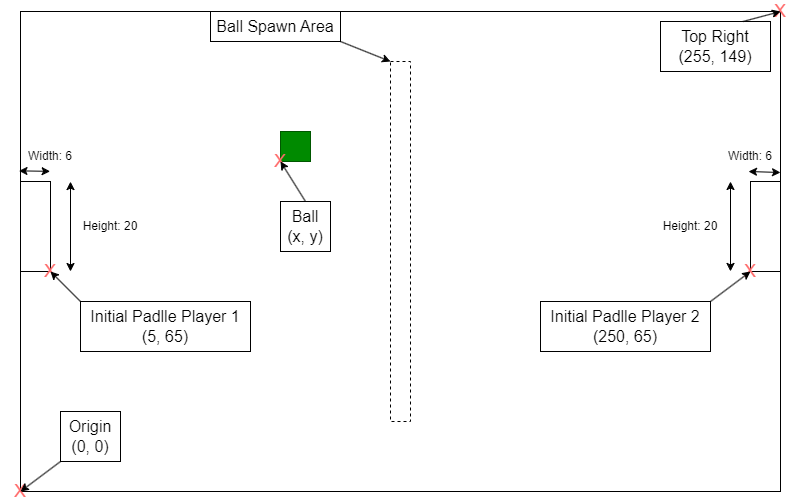
Before: events/can_pong/tutorial/media/pong_field.png, a diagram exported from draw.io (VectorInformatik/clickboard-examples). Source tidied: cells renumbered, new cells last; positions are measured from the earlier drawing's top-left corner, leaving out a move shared by most shapes. Its diagram source:
```xml
<mxGraphModel>
  <root>
    <mxCell id="0" />
    <mxCell id="1" parent="0" />
    <mxCell id="2" style="rounded=0;whiteSpace=wrap;html=1;" parent="1" vertex="1">
      <mxGeometry x="20" y="10" width="760" height="480" as="geometry" />
    </mxCell>
    <mxCell id="3" style="rounded=0;whiteSpace=wrap;html=1;" parent="1" vertex="1">
      <mxGeometry x="20" y="180" width="30" height="90" as="geometry" />
    </mxCell>
    <mxCell id="4" style="rounded=0;whiteSpace=wrap;html=1;" parent="1" vertex="1">
      <mxGeometry x="750" y="180" width="30" height="90" as="geometry" />
    </mxCell>
    <mxCell id="5" value="&lt;font style=&quot;font-size: 16px;&quot;&gt;Origin (0, 0)&lt;/font&gt;" style="text;html=1;strokeColor=default;fillColor=none;align=center;verticalAlign=middle;whiteSpace=wrap;rounded=0;" parent="1" vertex="1">
      <mxGeometry x="60" y="410" width="60" height="50" as="geometry" />
    </mxCell>
    <mxCell id="6" value="&lt;font style=&quot;font-size: 16px;&quot;&gt;Initial Padlle Player 1&lt;br&gt;(5, 65)&lt;br&gt;&lt;/font&gt;" style="text;html=1;strokeColor=default;fillColor=none;align=center;verticalAlign=middle;whiteSpace=wrap;rounded=0;" parent="1" vertex="1">
      <mxGeometry x="80" y="300" width="170" height="50" as="geometry" />
    </mxCell>
    <mxCell id="7" value="&lt;font style=&quot;font-size: 16px;&quot;&gt;Initial Padlle Player 2&lt;br&gt;(250, 65)&lt;br&gt;&lt;/font&gt;" style="text;html=1;strokeColor=default;fillColor=none;align=center;verticalAlign=middle;whiteSpace=wrap;rounded=0;" parent="1" vertex="1">
      <mxGeometry x="540" y="300" width="170" height="50" as="geometry" />
    </mxCell>
    <mxCell id="8" value="&lt;font style=&quot;font-size: 16px;&quot;&gt;Top Right&lt;br&gt;(255, 149)&lt;br&gt;&lt;/font&gt;" style="text;html=1;strokeColor=default;fillColor=none;align=center;verticalAlign=middle;whiteSpace=wrap;rounded=0;" parent="1" vertex="1">
      <mxGeometry x="660" y="20" width="110" height="50" as="geometry" />
    </mxCell>
    <mxCell id="9" style="rounded=0;whiteSpace=wrap;html=1;dashed=1;" parent="1" vertex="1">
      <mxGeometry x="390" y="60" width="20" height="360" as="geometry" />
    </mxCell>
    <mxCell id="10" value="&lt;font style=&quot;font-size: 16px;&quot;&gt;Ball Spawn Area&lt;/font&gt;" style="text;html=1;strokeColor=default;fillColor=none;align=center;verticalAlign=middle;whiteSpace=wrap;rounded=0;" parent="1" vertex="1">
      <mxGeometry x="210" y="10" width="130" height="30" as="geometry" />
    </mxCell>
    <mxCell id="11" style="endArrow=classic;startArrow=classic;html=1;rounded=0;exitX=0.197;exitY=0.604;exitDx=0;exitDy=0;exitPerimeter=0;" parent="1" edge="1">
      <mxGeometry relative="1" as="geometry">
        <mxPoint x="70" y="270" as="sourcePoint" />
        <mxPoint x="70" y="180.1" as="targetPoint" />
      </mxGeometry>
    </mxCell>
    <mxCell id="12" value="Height: 20" style="text;html=1;strokeColor=none;fillColor=none;align=center;verticalAlign=middle;whiteSpace=wrap;rounded=0;" parent="1" vertex="1">
      <mxGeometry x="80" y="210" width="60" height="30" as="geometry" />
    </mxCell>
    <mxCell id="13" style="endArrow=classic;startArrow=classic;html=1;rounded=0;exitX=0.197;exitY=0.604;exitDx=0;exitDy=0;exitPerimeter=0;" parent="1" edge="1">
      <mxGeometry relative="1" as="geometry">
        <mxPoint x="730" y="269.9" as="sourcePoint" />
        <mxPoint x="730" y="180" as="targetPoint" />
      </mxGeometry>
    </mxCell>
    <mxCell id="14" value="Height: 20" style="text;html=1;strokeColor=none;fillColor=none;align=center;verticalAlign=middle;whiteSpace=wrap;rounded=0;" parent="1" vertex="1">
      <mxGeometry x="660" y="210" width="60" height="30" as="geometry" />
    </mxCell>
    <mxCell id="15" value="&lt;font color=&quot;#ff6b6b&quot; style=&quot;font-size: 18px;&quot;&gt;X&lt;/font&gt;" style="text;html=1;strokeColor=none;fillColor=none;align=center;verticalAlign=middle;whiteSpace=wrap;rounded=0;" parent="1" vertex="1">
      <mxGeometry y="480" width="40" height="20" as="geometry" />
    </mxCell>
    <mxCell id="16" value="&lt;font color=&quot;#ff6b6b&quot; style=&quot;font-size: 18px;&quot;&gt;X&lt;/font&gt;" style="text;html=1;strokeColor=none;fillColor=none;align=center;verticalAlign=middle;whiteSpace=wrap;rounded=0;" parent="1" vertex="1">
      <mxGeometry x="30" y="260" width="40" height="20" as="geometry" />
    </mxCell>
    <mxCell id="17" value="&lt;font color=&quot;#ff6b6b&quot; style=&quot;font-size: 18px;&quot;&gt;X&lt;/font&gt;" style="text;html=1;strokeColor=none;fillColor=none;align=center;verticalAlign=middle;whiteSpace=wrap;rounded=0;" parent="1" vertex="1">
      <mxGeometry x="730" y="260" width="40" height="20" as="geometry" />
    </mxCell>
    <mxCell id="18" value="&lt;font color=&quot;#ff6b6b&quot; style=&quot;font-size: 18px;&quot;&gt;X&lt;/font&gt;" style="text;html=1;strokeColor=none;fillColor=none;align=center;verticalAlign=middle;whiteSpace=wrap;rounded=0;" parent="1" vertex="1">
      <mxGeometry x="760" width="40" height="20" as="geometry" />
    </mxCell>
    <mxCell id="19" style="endArrow=classic;html=1;rounded=0;exitX=0.75;exitY=0;exitDx=0;exitDy=0;entryX=1;entryY=0;entryDx=0;entryDy=0;" parent="1" edge="1" source="8" target="2">
      <mxGeometry relative="1" as="geometry" />
    </mxCell>
    <mxCell id="20" style="endArrow=classic;html=1;rounded=0;entryX=1;entryY=0;entryDx=0;entryDy=0;exitX=1;exitY=0;exitDx=0;exitDy=0;" parent="1" edge="1" source="7">
      <mxGeometry relative="1" as="geometry">
        <mxPoint x="750" y="270" as="targetPoint" />
      </mxGeometry>
    </mxCell>
    <mxCell id="21" style="endArrow=classic;html=1;rounded=0;exitX=0;exitY=0;exitDx=0;exitDy=0;entryX=1;entryY=0.5;entryDx=0;entryDy=0;" parent="1" edge="1" source="6">
      <mxGeometry relative="1" as="geometry">
        <mxPoint x="50" y="270" as="targetPoint" />
      </mxGeometry>
    </mxCell>
    <mxCell id="22" style="endArrow=classic;html=1;rounded=0;exitX=0;exitY=1;exitDx=0;exitDy=0;entryX=0;entryY=1;entryDx=0;entryDy=0;" parent="1" edge="1" source="5" target="2">
      <mxGeometry relative="1" as="geometry" />
    </mxCell>
    <mxCell id="23" style="endArrow=classic;html=1;rounded=0;exitX=1;exitY=1;exitDx=0;exitDy=0;entryX=0;entryY=0;entryDx=0;entryDy=0;" parent="1" edge="1" source="10" target="9">
      <mxGeometry relative="1" as="geometry" />
    </mxCell>
    <mxCell id="24" style="endArrow=classic;startArrow=classic;html=1;rounded=0;exitX=-0.002;exitY=0.332;exitDx=0;exitDy=0;exitPerimeter=0;entryX=0.039;entryY=0.333;entryDx=0;entryDy=0;entryPerimeter=0;" parent="1" edge="1" source="2" target="2">
      <mxGeometry relative="1" as="geometry" />
    </mxCell>
    <mxCell id="25" value="Width: 6" style="text;html=1;strokeColor=none;fillColor=none;align=center;verticalAlign=middle;whiteSpace=wrap;rounded=0;" parent="1" vertex="1">
      <mxGeometry x="20" y="140" width="60" height="30" as="geometry" />
    </mxCell>
    <mxCell id="26" value="Width: 6" style="text;html=1;strokeColor=none;fillColor=none;align=center;verticalAlign=middle;whiteSpace=wrap;rounded=0;" parent="1" vertex="1">
      <mxGeometry x="720" y="140" width="60" height="30" as="geometry" />
    </mxCell>
    <mxCell id="27" style="endArrow=classic;startArrow=classic;html=1;rounded=0;exitX=-0.002;exitY=0.332;exitDx=0;exitDy=0;exitPerimeter=0;entryX=0.039;entryY=0.333;entryDx=0;entryDy=0;entryPerimeter=0;" parent="1" edge="1">
      <mxGeometry relative="1" as="geometry">
        <mxPoint x="748" y="170" as="sourcePoint" />
        <mxPoint x="780" y="171" as="targetPoint" />
      </mxGeometry>
    </mxCell>
    <mxCell id="28" style="rounded=0;whiteSpace=wrap;html=1;fillColor=#008a00;strokeColor=#005700;fontColor=#ffffff;" parent="1" vertex="1">
      <mxGeometry x="280" y="130" width="30" height="30" as="geometry" />
    </mxCell>
    <mxCell id="29" value="&lt;font style=&quot;font-size: 16px;&quot;&gt;Ball&lt;br&gt;(x, y)&lt;br&gt;&lt;/font&gt;" style="text;html=1;strokeColor=default;fillColor=none;align=center;verticalAlign=middle;whiteSpace=wrap;rounded=0;" parent="1" vertex="1">
      <mxGeometry x="280" y="200" width="50" height="50" as="geometry" />
    </mxCell>
    <mxCell id="30" value="&lt;font color=&quot;#ff6b6b&quot; style=&quot;font-size: 18px;&quot;&gt;X&lt;/font&gt;" style="text;html=1;strokeColor=none;fillColor=none;align=center;verticalAlign=middle;whiteSpace=wrap;rounded=0;" parent="1" vertex="1">
      <mxGeometry x="260" y="150" width="40" height="20" as="geometry" />
    </mxCell>
    <mxCell id="31" style="endArrow=classic;html=1;rounded=0;exitX=0.5;exitY=0;exitDx=0;exitDy=0;entryX=0.5;entryY=0.5;entryDx=0;entryDy=0;entryPerimeter=0;" parent="1" edge="1" source="29" target="30">
      <mxGeometry relative="1" as="geometry" />
    </mxCell>
  </root>
</mxGraphModel>
```
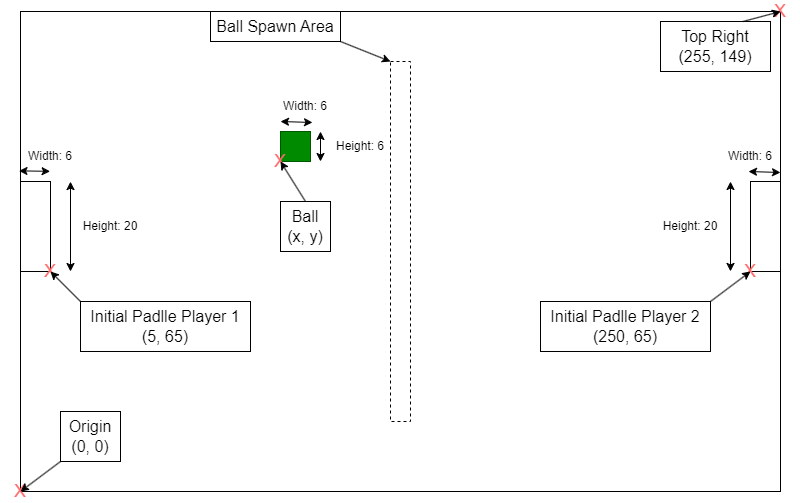
Above is the later version.

What changed in the source:
```diff
@@ -105,5 +105,23 @@
     <mxCell id="31" style="endArrow=classic;html=1;rounded=0;exitX=0.5;exitY=0;exitDx=0;exitDy=0;entryX=0.5;entryY=0.5;entryDx=0;entryDy=0;entryPerimeter=0;" parent="1" edge="1" source="29" target="30">
       <mxGeometry relative="1" as="geometry" />
     </mxCell>
+    <mxCell id="32" value="Width: 6" style="text;html=1;strokeColor=none;fillColor=none;align=center;verticalAlign=middle;whiteSpace=wrap;rounded=0;" parent="1" vertex="1">
+      <mxGeometry x="275" y="90" width="60" height="30" as="geometry" />
+    </mxCell>
+    <mxCell id="33" style="endArrow=classic;startArrow=classic;html=1;rounded=0;exitX=-0.002;exitY=0.332;exitDx=0;exitDy=0;exitPerimeter=0;entryX=0.039;entryY=0.333;entryDx=0;entryDy=0;entryPerimeter=0;" parent="1" edge="1">
+      <mxGeometry relative="1" as="geometry">
+        <mxPoint x="280" y="120" as="sourcePoint" />
+        <mxPoint x="312" y="121" as="targetPoint" />
+      </mxGeometry>
+    </mxCell>
+    <mxCell id="34" style="endArrow=classic;startArrow=classic;html=1;rounded=0;" parent="1" edge="1">
+      <mxGeometry relative="1" as="geometry">
+        <mxPoint x="320" y="160" as="sourcePoint" />
+        <mxPoint x="320" y="130" as="targetPoint" />
+      </mxGeometry>
+    </mxCell>
+    <mxCell id="35" value="Height: 6" style="text;html=1;strokeColor=none;fillColor=none;align=center;verticalAlign=middle;whiteSpace=wrap;rounded=0;" parent="1" vertex="1">
+      <mxGeometry x="330" y="130" width="60" height="30" as="geometry" />
+    </mxCell>
   </root>
 </mxGraphModel>
```
